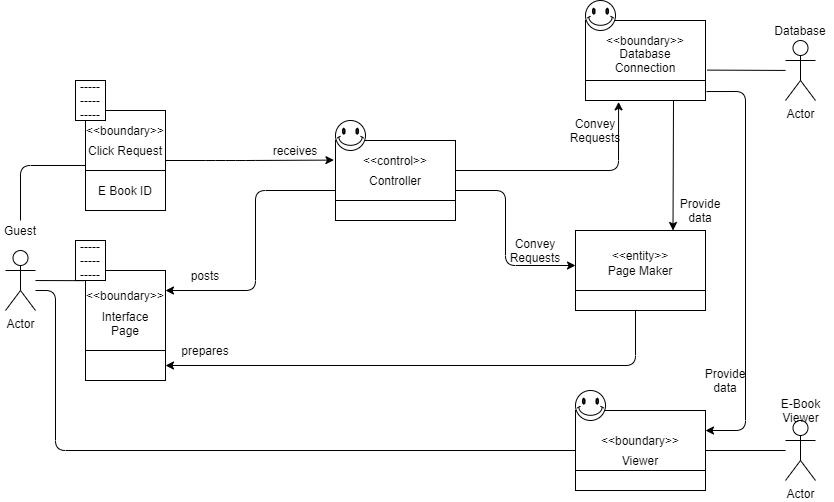
The draw.io diagram docs/DomainModels/diagrams/DM-UC-11.png in youngkwon02/Enhanced-library-management, before a commit. Source tidied: cells renumbered, new cells last; positions are measured from the earlier drawing's top-left corner, leaving out a move shared by most shapes. Its diagram source:
```xml
<mxGraphModel>
  <root>
    <mxCell id="0" />
    <mxCell id="1" parent="0" />
    <mxCell id="2" style="shape=internalStorage;whiteSpace=wrap;html=1;backgroundOutline=1;dx=130;dy=60;" parent="1" vertex="1">
      <mxGeometry x="575" y="410" width="130" height="80" as="geometry" />
    </mxCell>
    <mxCell id="3" style="shape=internalStorage;whiteSpace=wrap;html=1;backgroundOutline=1;dx=130;dy=60;" parent="1" vertex="1">
      <mxGeometry x="575" y="230" width="130" height="80" as="geometry" />
    </mxCell>
    <mxCell id="4" style="verticalLabelPosition=bottom;verticalAlign=top;html=1;shape=mxgraph.basic.smiley;" parent="1" vertex="1">
      <mxGeometry x="575" y="390" width="30" height="30" as="geometry" />
    </mxCell>
    <mxCell id="5" style="shape=internalStorage;whiteSpace=wrap;html=1;backgroundOutline=1;dx=120;dy=60;" parent="1" vertex="1">
      <mxGeometry x="585" y="20" width="120" height="80" as="geometry" />
    </mxCell>
    <mxCell id="6" style="verticalLabelPosition=bottom;verticalAlign=top;html=1;shape=mxgraph.basic.smiley;" parent="1" vertex="1">
      <mxGeometry x="585" width="30" height="30" as="geometry" />
    </mxCell>
    <mxCell id="7" style="shape=internalStorage;whiteSpace=wrap;html=1;backgroundOutline=1;dx=120;dy=60;" parent="1" vertex="1">
      <mxGeometry x="335" y="140" width="120" height="80" as="geometry" />
    </mxCell>
    <mxCell id="8" style="shape=internalStorage;whiteSpace=wrap;html=1;backgroundOutline=1;dx=80;dy=80;" parent="1" vertex="1">
      <mxGeometry x="85" y="270" width="80" height="110" as="geometry" />
    </mxCell>
    <mxCell id="9" style="shape=internalStorage;whiteSpace=wrap;html=1;backgroundOutline=1;dx=80;dy=60;" parent="1" vertex="1">
      <mxGeometry x="85" y="110" width="80" height="100" as="geometry" />
    </mxCell>
    <mxCell id="10" value="Actor" style="shape=umlActor;verticalLabelPosition=bottom;verticalAlign=top;html=1;outlineConnect=0;" parent="1" vertex="1">
      <mxGeometry x="5" y="250" width="30" height="60" as="geometry" />
    </mxCell>
    <mxCell id="11" value="Guest" style="text;html=1;strokeColor=none;fillColor=none;align=center;verticalAlign=middle;whiteSpace=wrap;rounded=0;" parent="1" vertex="1">
      <mxGeometry y="220" width="40" height="20" as="geometry" />
    </mxCell>
    <mxCell id="12" value="Interface Page" style="text;html=1;strokeColor=none;fillColor=none;align=center;verticalAlign=middle;whiteSpace=wrap;rounded=0;" parent="1" vertex="1">
      <mxGeometry x="105" y="310" width="40" height="25" as="geometry" />
    </mxCell>
    <mxCell id="13" value="Controller" style="text;html=1;strokeColor=none;fillColor=none;align=center;verticalAlign=middle;whiteSpace=wrap;rounded=0;" parent="1" vertex="1">
      <mxGeometry x="375" y="170" width="40" height="20" as="geometry" />
    </mxCell>
    <mxCell id="14" value="Page Maker" style="text;html=1;strokeColor=none;fillColor=none;align=center;verticalAlign=middle;whiteSpace=wrap;rounded=0;" parent="1" vertex="1">
      <mxGeometry x="600" y="260" width="80" height="20" as="geometry" />
    </mxCell>
    <mxCell id="15" value="Database Connection" style="text;html=1;strokeColor=none;fillColor=none;align=center;verticalAlign=middle;whiteSpace=wrap;rounded=0;" parent="1" vertex="1">
      <mxGeometry x="625" y="50" width="40" height="20" as="geometry" />
    </mxCell>
    <mxCell id="16" style="endArrow=classic;html=1;entryX=-0.013;entryY=0.12;entryDx=0;entryDy=0;entryPerimeter=0;" parent="1" edge="1">
      <mxGeometry relative="1" as="geometry">
        <mxPoint x="165" y="160" as="sourcePoint" />
        <mxPoint x="333.4" y="159.6" as="targetPoint" />
        <Array as="points">
          <mxPoint x="215" y="160" />
          <mxPoint x="245" y="160" />
        </Array>
      </mxGeometry>
    </mxCell>
    <mxCell id="17" style="endArrow=classic;html=1;entryX=1;entryY=0.25;entryDx=0;entryDy=0;" parent="1" edge="1">
      <mxGeometry relative="1" as="geometry">
        <mxPoint x="335" y="190" as="sourcePoint" />
        <mxPoint x="165" y="290" as="targetPoint" />
        <Array as="points">
          <mxPoint x="255" y="190" />
          <mxPoint x="255" y="290" />
        </Array>
      </mxGeometry>
    </mxCell>
    <mxCell id="18" style="endArrow=classic;html=1;entryX=1;entryY=0.875;entryDx=0;entryDy=0;entryPerimeter=0;" parent="1" edge="1">
      <mxGeometry relative="1" as="geometry">
        <mxPoint x="635" y="310" as="sourcePoint" />
        <mxPoint x="165" y="365" as="targetPoint" />
        <Array as="points">
          <mxPoint x="635" y="365" />
        </Array>
      </mxGeometry>
    </mxCell>
    <mxCell id="19" style="endArrow=classic;html=1;exitX=1;exitY=0.25;exitDx=0;exitDy=0;entryX=0.109;entryY=1.023;entryDx=0;entryDy=0;entryPerimeter=0;" parent="1" edge="1">
      <mxGeometry relative="1" as="geometry">
        <mxPoint x="455" y="170" as="sourcePoint" />
        <mxPoint x="618.1" y="101.4" as="targetPoint" />
        <Array as="points">
          <mxPoint x="618" y="170" />
        </Array>
      </mxGeometry>
    </mxCell>
    <mxCell id="20" style="endArrow=classic;html=1;entryX=0.75;entryY=0;entryDx=0;entryDy=0;" parent="1" edge="1" target="3">
      <mxGeometry relative="1" as="geometry">
        <mxPoint x="673" y="100" as="sourcePoint" />
      </mxGeometry>
    </mxCell>
    <mxCell id="21" style="endArrow=classic;html=1;entryX=0;entryY=0.25;entryDx=0;entryDy=0;exitX=1;exitY=0.5;exitDx=0;exitDy=0;" parent="1" edge="1">
      <mxGeometry relative="1" as="geometry">
        <mxPoint x="455" y="190" as="sourcePoint" />
        <mxPoint x="575" y="265" as="targetPoint" />
        <Array as="points">
          <mxPoint x="505" y="190" />
          <mxPoint x="505" y="265" />
        </Array>
      </mxGeometry>
    </mxCell>
    <mxCell id="22" value="receives" style="text;html=1;strokeColor=none;fillColor=none;align=center;verticalAlign=middle;whiteSpace=wrap;rounded=0;" parent="1" vertex="1">
      <mxGeometry x="275" y="140" width="40" height="20" as="geometry" />
    </mxCell>
    <mxCell id="23" value="posts" style="text;html=1;strokeColor=none;fillColor=none;align=center;verticalAlign=middle;whiteSpace=wrap;rounded=0;" parent="1" vertex="1">
      <mxGeometry x="185" y="265" width="40" height="20" as="geometry" />
    </mxCell>
    <mxCell id="24" value="prepares" style="text;html=1;strokeColor=none;fillColor=none;align=center;verticalAlign=middle;whiteSpace=wrap;rounded=0;" parent="1" vertex="1">
      <mxGeometry x="185" y="340" width="40" height="20" as="geometry" />
    </mxCell>
    <mxCell id="25" value="Convey Requests" style="text;html=1;strokeColor=none;fillColor=none;align=center;verticalAlign=middle;whiteSpace=wrap;rounded=0;" parent="1" vertex="1">
      <mxGeometry x="515" y="240" width="40" height="20" as="geometry" />
    </mxCell>
    <mxCell id="26" value="Convey Requests" style="text;html=1;strokeColor=none;fillColor=none;align=center;verticalAlign=middle;whiteSpace=wrap;rounded=0;" parent="1" vertex="1">
      <mxGeometry x="575" y="120" width="40" height="20" as="geometry" />
    </mxCell>
    <mxCell id="27" value="Provide data" style="text;html=1;strokeColor=none;fillColor=none;align=center;verticalAlign=middle;whiteSpace=wrap;rounded=0;" parent="1" vertex="1">
      <mxGeometry x="680" y="200" width="40" height="20" as="geometry" />
    </mxCell>
    <mxCell id="28" style="endArrow=none;html=1;exitX=0.5;exitY=0;exitDx=0;exitDy=0;entryX=0;entryY=0.5;entryDx=0;entryDy=0;" parent="1" edge="1" source="11">
      <mxGeometry relative="1" as="geometry">
        <mxPoint x="85" y="165" as="targetPoint" />
        <Array as="points">
          <mxPoint x="20" y="165" />
        </Array>
      </mxGeometry>
    </mxCell>
    <mxCell id="29" style="endArrow=none;html=1;entryX=-0.028;entryY=0.168;entryDx=0;entryDy=0;entryPerimeter=0;" parent="1" edge="1" source="10">
      <mxGeometry relative="1" as="geometry">
        <mxPoint x="82.8" y="280.2" as="targetPoint" />
      </mxGeometry>
    </mxCell>
    <mxCell id="30" style="verticalLabelPosition=bottom;verticalAlign=top;html=1;shape=mxgraph.basic.smiley;" parent="1" vertex="1">
      <mxGeometry x="335" y="120" width="30" height="30" as="geometry" />
    </mxCell>
    <mxCell id="31" value="&amp;lt;&amp;lt;control&amp;gt;&amp;gt;" style="text;html=1;strokeColor=none;fillColor=none;align=center;verticalAlign=middle;whiteSpace=wrap;rounded=0;" parent="1" vertex="1">
      <mxGeometry x="375" y="150" width="40" height="20" as="geometry" />
    </mxCell>
    <mxCell id="32" value="&amp;lt;&amp;lt;boundary&amp;gt;&amp;gt;" style="text;html=1;strokeColor=none;fillColor=none;align=center;verticalAlign=middle;whiteSpace=wrap;rounded=0;" parent="1" vertex="1">
      <mxGeometry x="105" y="120" width="40" height="20" as="geometry" />
    </mxCell>
    <mxCell id="33" value="&amp;lt;&amp;lt;boundary&amp;gt;&amp;gt;" style="text;html=1;strokeColor=none;fillColor=none;align=center;verticalAlign=middle;whiteSpace=wrap;rounded=0;" parent="1" vertex="1">
      <mxGeometry x="105" y="285" width="40" height="20" as="geometry" />
    </mxCell>
    <mxCell id="34" value="E Book ID" style="text;html=1;strokeColor=none;fillColor=none;align=center;verticalAlign=middle;whiteSpace=wrap;rounded=0;" parent="1" vertex="1">
      <mxGeometry x="85" y="180" width="80" height="20" as="geometry" />
    </mxCell>
    <mxCell id="35" value="Click Request" style="text;html=1;strokeColor=none;fillColor=none;align=center;verticalAlign=middle;whiteSpace=wrap;rounded=0;" parent="1" vertex="1">
      <mxGeometry x="85" y="140" width="80" height="20" as="geometry" />
    </mxCell>
    <mxCell id="36" value="&amp;lt;&amp;lt;boundary&amp;gt;&amp;gt;" style="text;html=1;strokeColor=none;fillColor=none;align=center;verticalAlign=middle;whiteSpace=wrap;rounded=0;" parent="1" vertex="1">
      <mxGeometry x="625" y="30" width="40" height="20" as="geometry" />
    </mxCell>
    <mxCell id="37" value="&amp;lt;&amp;lt;entity&amp;gt;&amp;gt;" style="text;html=1;strokeColor=none;fillColor=none;align=center;verticalAlign=middle;whiteSpace=wrap;rounded=0;" parent="1" vertex="1">
      <mxGeometry x="620" y="245" width="40" height="20" as="geometry" />
    </mxCell>
    <mxCell id="38" value="Actor" style="shape=umlActor;verticalLabelPosition=bottom;verticalAlign=top;html=1;outlineConnect=0;" parent="1" vertex="1">
      <mxGeometry x="785" y="40" width="30" height="60" as="geometry" />
    </mxCell>
    <mxCell id="39" value="Database" style="text;html=1;strokeColor=none;fillColor=none;align=center;verticalAlign=middle;whiteSpace=wrap;rounded=0;" parent="1" vertex="1">
      <mxGeometry x="780" y="20" width="40" height="20" as="geometry" />
    </mxCell>
    <mxCell id="40" style="endArrow=none;html=1;exitX=1.015;exitY=0.62;exitDx=0;exitDy=0;exitPerimeter=0;" parent="1" edge="1" source="5" target="38">
      <mxGeometry relative="1" as="geometry" />
    </mxCell>
    <mxCell id="41" value="-----&lt;br&gt;-----&lt;br&gt;-----" style="whiteSpace=wrap;html=1;align=center;" parent="1" vertex="1">
      <mxGeometry x="75" y="80" width="30" height="40" as="geometry" />
    </mxCell>
    <mxCell id="42" value="-----&lt;br&gt;-----&lt;br&gt;-----" style="whiteSpace=wrap;html=1;align=center;" parent="1" vertex="1">
      <mxGeometry x="75" y="240" width="30" height="40" as="geometry" />
    </mxCell>
    <mxCell id="43" value="&amp;lt;&amp;lt;boundary&amp;gt;&amp;gt;" style="text;html=1;strokeColor=none;fillColor=none;align=center;verticalAlign=middle;whiteSpace=wrap;rounded=0;" parent="1" vertex="1">
      <mxGeometry x="620" y="430" width="40" height="20" as="geometry" />
    </mxCell>
    <mxCell id="44" value="Viewer" style="text;html=1;strokeColor=none;fillColor=none;align=center;verticalAlign=middle;whiteSpace=wrap;rounded=0;" parent="1" vertex="1">
      <mxGeometry x="620" y="450" width="40" height="20" as="geometry" />
    </mxCell>
    <mxCell id="45" value="Actor" style="shape=umlActor;verticalLabelPosition=bottom;verticalAlign=top;html=1;" parent="1" vertex="1">
      <mxGeometry x="785" y="420" width="30" height="60" as="geometry" />
    </mxCell>
    <mxCell id="46" value="E-Book Viewer" style="text;html=1;strokeColor=none;fillColor=none;align=center;verticalAlign=middle;whiteSpace=wrap;rounded=0;" parent="1" vertex="1">
      <mxGeometry x="767.5" y="400" width="65" height="20" as="geometry" />
    </mxCell>
    <mxCell id="47" style="endArrow=classic;html=1;exitX=1.008;exitY=0.888;exitDx=0;exitDy=0;exitPerimeter=0;entryX=1;entryY=0.25;entryDx=0;entryDy=0;" parent="1" edge="1" source="5" target="2">
      <mxGeometry relative="1" as="geometry">
        <Array as="points">
          <mxPoint x="745" y="91" />
          <mxPoint x="745" y="430" />
        </Array>
      </mxGeometry>
    </mxCell>
    <mxCell id="48" value="Provide data" style="text;html=1;strokeColor=none;fillColor=none;align=center;verticalAlign=middle;whiteSpace=wrap;rounded=0;" parent="1" vertex="1">
      <mxGeometry x="705" y="370" width="40" height="20" as="geometry" />
    </mxCell>
    <mxCell id="49" style="endArrow=none;html=1;" parent="1" edge="1" source="2">
      <mxGeometry relative="1" as="geometry">
        <mxPoint x="785" y="450" as="targetPoint" />
      </mxGeometry>
    </mxCell>
    <mxCell id="50" style="endArrow=none;html=1;entryX=0;entryY=0.5;entryDx=0;entryDy=0;" parent="1" edge="1" target="2">
      <mxGeometry relative="1" as="geometry">
        <mxPoint x="35" y="290" as="sourcePoint" />
        <Array as="points">
          <mxPoint x="55" y="290" />
          <mxPoint x="55" y="450" />
        </Array>
      </mxGeometry>
    </mxCell>
  </root>
</mxGraphModel>
```
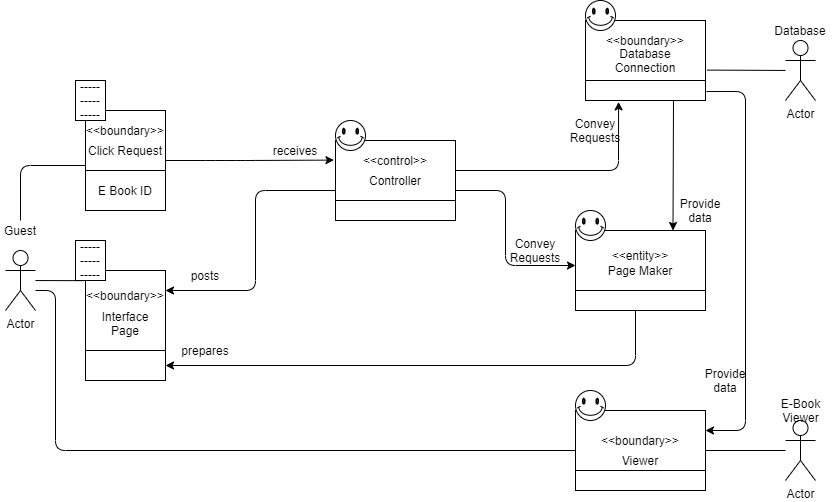
The same diagram one commit later.

The edit, as a diff of the source:
```diff
@@ -204,5 +204,8 @@
         </Array>
       </mxGeometry>
     </mxCell>
+    <mxCell id="51" style="verticalLabelPosition=bottom;verticalAlign=top;html=1;shape=mxgraph.basic.smiley;" parent="1" vertex="1">
+      <mxGeometry x="575" y="210" width="30" height="30" as="geometry" />
+    </mxCell>
   </root>
 </mxGraphModel>
```
